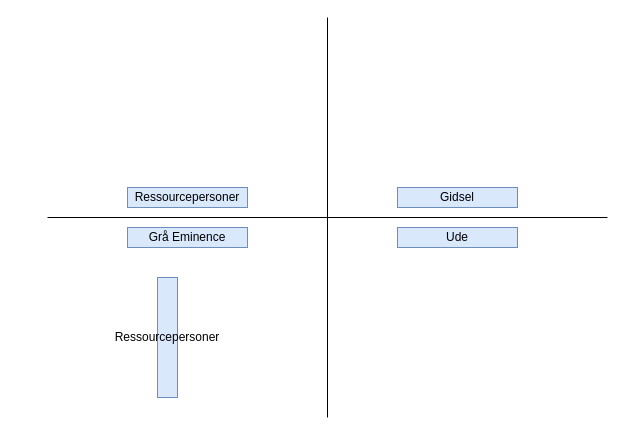
The draw.io diagram Sann2.drawio in anderskeis/anderskeis, before the edit. Source tidied: cells renumbered, new cells numbered last; positions are measured from the earlier drawing's top-left corner, leaving out a move shared by most shapes. Both pictures are drawn from the tidied source at 100%, with x=0, y=0 at pixel (47, 17).
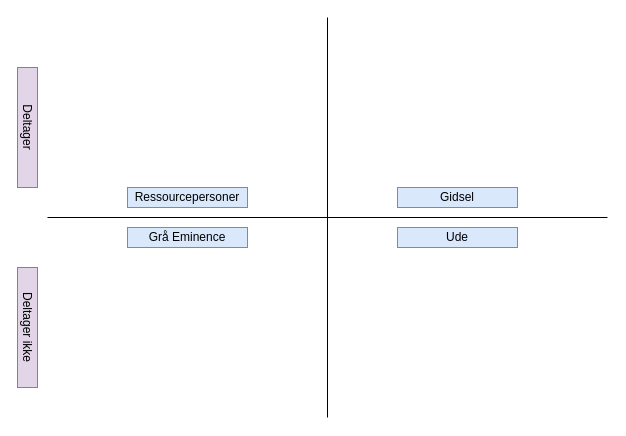
Above is the later version.

Diff of the diagram source:
```diff
@@
 <mxGraphModel>
   <root>
     <mxCell id="0" />
     <mxCell id="1" parent="0" />
     <mxCell id="2" style="endArrow=none;html=1;rounded=0;" parent="1" edge="1">
       <mxGeometry relative="1" as="geometry">
         <mxPoint x="280" y="400" as="sourcePoint" />
         <mxPoint x="280" as="targetPoint" />
       </mxGeometry>
     </mxCell>
     <mxCell id="3" style="endArrow=none;html=1;rounded=0;" parent="1" edge="1">
       <mxGeometry relative="1" as="geometry">
         <mxPoint y="200" as="sourcePoint" />
         <mxPoint x="560" y="200" as="targetPoint" />
       </mxGeometry>
     </mxCell>
     <mxCell id="4" value="Ressourcepersoner" style="rounded=0;whiteSpace=wrap;html=1;fillColor=#dae8fc;strokeColor=#6c8ebf;" parent="1" vertex="1">
       <mxGeometry x="80" y="170" width="120" height="20" as="geometry" />
     </mxCell>
     <mxCell id="5" value="Grå Eminence" style="rounded=0;whiteSpace=wrap;html=1;fillColor=#dae8fc;strokeColor=#6c8ebf;" parent="1" vertex="1">
       <mxGeometry x="80" y="210" width="120" height="20" as="geometry" />
     </mxCell>
     <mxCell id="6" value="Ude" style="rounded=0;whiteSpace=wrap;html=1;fillColor=#dae8fc;strokeColor=#6c8ebf;" parent="1" vertex="1">
       <mxGeometry x="350" y="210" width="120" height="20" as="geometry" />
     </mxCell>
     <mxCell id="7" value="Gidsel" style="rounded=0;whiteSpace=wrap;html=1;fillColor=#dae8fc;strokeColor=#6c8ebf;" parent="1" vertex="1">
       <mxGeometry x="350" y="170" width="120" height="20" as="geometry" />
     </mxCell>
-    <mxCell id="8" value="Ressourcepersoner" style="rounded=0;whiteSpace=wrap;html=1;fillColor=#dae8fc;strokeColor=#6c8ebf;direction=south;" parent="1" vertex="1">
-      <mxGeometry x="110" y="260" width="20" height="120" as="geometry" />
+    <mxCell id="8" value="Deltager" style="rounded=0;whiteSpace=wrap;html=1;fillColor=#e1d5e7;strokeColor=#9673a6;rotation=90;flipV=0;flipH=1;" parent="1" vertex="1">
+      <mxGeometry x="-80" y="100" width="120" height="20" as="geometry" />
     </mxCell>
+    <mxCell id="9" value="Deltager ikke" style="rounded=0;whiteSpace=wrap;html=1;fillColor=#e1d5e7;strokeColor=#9673a6;rotation=90;flipV=0;flipH=1;" parent="1" vertex="1">
+      <mxGeometry x="-80" y="300" width="120" height="20" as="geometry" />
+    </mxCell>
   </root>
 </mxGraphModel>
```
